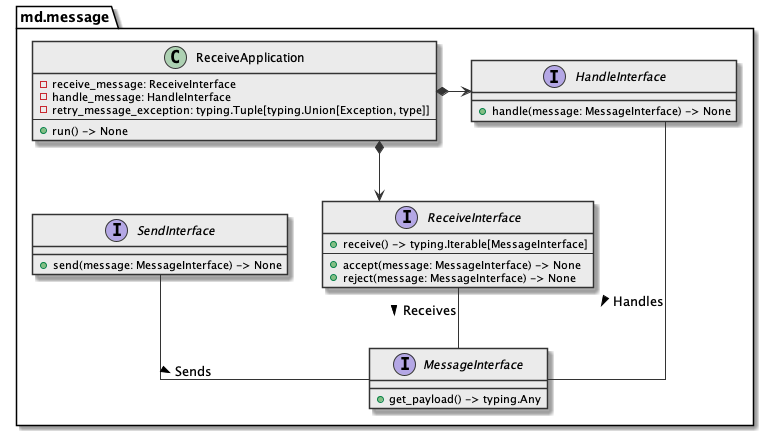
The PlantUML diagram docs/_static/architecture.class-diagram.png in md-py/md.message, before a commit. Its diagram source:
```plantuml
@startuml

skinparam class {
  BackgroundColor #ebebeb
  ArrowColor      #333
  BorderColor     #333
}

skinparam lineType ortho

package md.message {
  interface MessageInterface {
    + get_payload() -> typing.Any
  }

  interface SendInterface {
    + send(message: MessageInterface) -> None
  }


  interface ReceiveInterface{
    + receive() -> typing.Iterable[MessageInterface]
    --
    + accept(message: MessageInterface) -> None
    + reject(message: MessageInterface) -> None
  }

  interface HandleInterface {
    + handle(message: MessageInterface) -> None
  }

  class ReceiveApplication {
    - receive_message: ReceiveInterface
    - handle_message: HandleInterface
    - retry_message_exception: typing.Tuple[typing.Union[Exception, type]]
    ---
    + run() -> None
  }
}


SendInterface -- MessageInterface : "Sends >"
HandleInterface --- MessageInterface : "Handles >"
ReceiveInterface -- MessageInterface : "Receives >"

ReceiveApplication *-> ReceiveInterface
ReceiveApplication *-> HandleInterface

@enduml
```
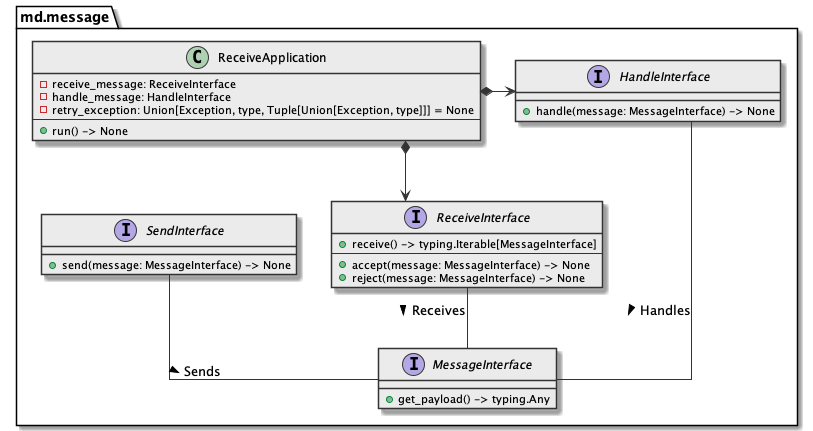
The same file after the commit.

Commit message:
refactoring: `md.message.ReceiveApplication` constructor parameter `retry_message_exception` type generalized and renamed to `retry_exception`

Change to the diagram source:
```diff
@@ -32,7 +32,7 @@
   class ReceiveApplication {
     - receive_message: ReceiveInterface
     - handle_message: HandleInterface
-    - retry_message_exception: typing.Tuple[typing.Union[Exception, type]]
+    - retry_exception: Union[Exception, type, Tuple[Union[Exception, type]]] = None
     ---
     + run() -> None
   }
```
